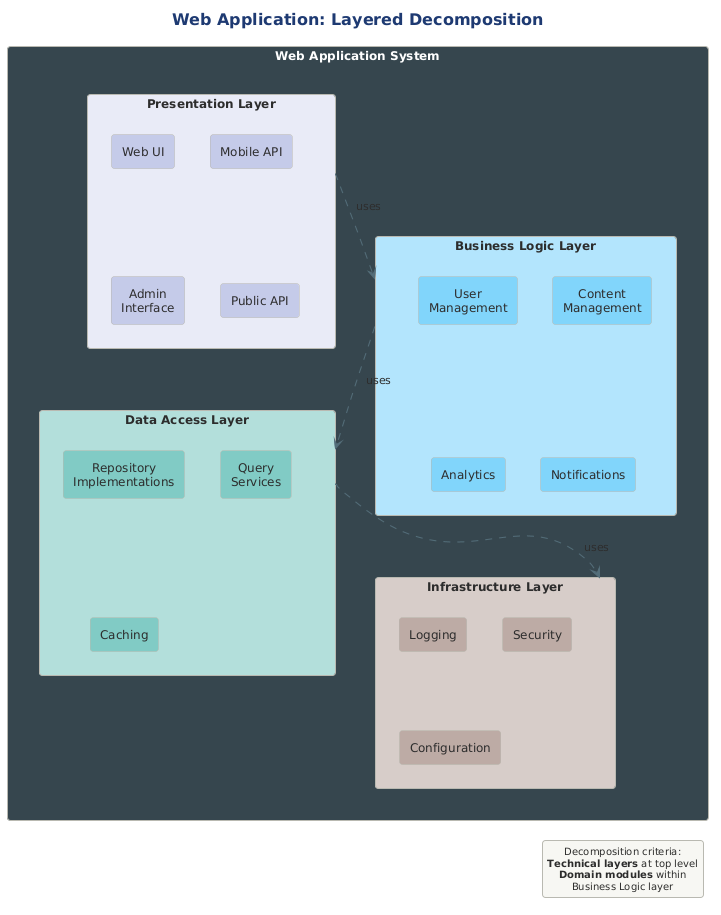
Above: src/architecture/views-and-beyond/style-catalogs/module/decomposition-style/png/07-webapp-example.png in Notoriousjayy/latex-docs (PlantUML), before the change.
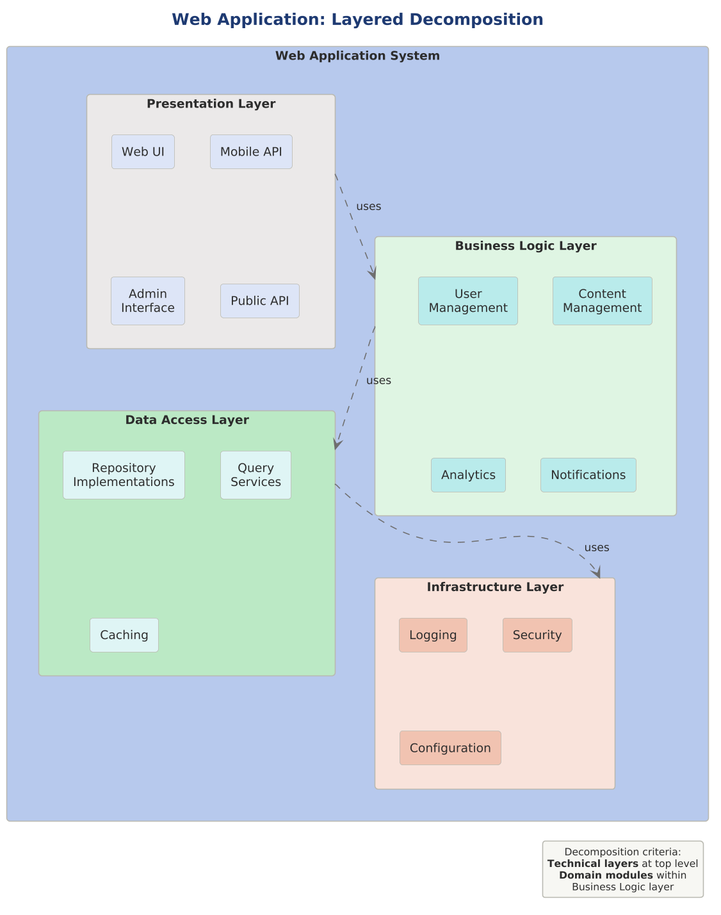
The same diagram one commit later.

Change to the diagram source:
```diff
@@ -1,41 +1,45 @@
 @startuml 07-webapp-example
+
+skinparam dpi 150
+
+
+
 !include ../../../../../../tooling/styles/plantuml/structural/component-diagram-style.iuml
-
 
 title Web Application: Layered Decomposition
 
-rectangle "**Web Application System**" as root #37474F;text:white {
+rectangle "**Web Application System**" as root $deep_primary {
 
-  rectangle "**Presentation Layer**" as pres #E8EAF6 {
-    rectangle "Web UI" as p1 #C5CAE9
-    rectangle "Mobile API" as p2 #C5CAE9
-    rectangle "Admin\nInterface" as p3 #C5CAE9
-    rectangle "Public API" as p4 #C5CAE9
+  rectangle "**Presentation Layer**" as pres $fill_neutral {
+    rectangle "Web UI" as p1 $fill_primary
+    rectangle "Mobile API" as p2 $fill_primary
+    rectangle "Admin\nInterface" as p3 $fill_primary
+    rectangle "Public API" as p4 $fill_primary
   }
 
-  rectangle "**Business Logic Layer**" as biz #B3E5FC {
-    rectangle "User\nManagement" as b1 #81D4FA
-    rectangle "Content\nManagement" as b2 #81D4FA
-    rectangle "Analytics" as b3 #81D4FA
-    rectangle "Notifications" as b4 #81D4FA
+  rectangle "**Business Logic Layer**" as biz $fill_ok {
+    rectangle "User\nManagement" as b1 $deep_dynamic
+    rectangle "Content\nManagement" as b2 $deep_dynamic
+    rectangle "Analytics" as b3 $deep_dynamic
+    rectangle "Notifications" as b4 $deep_dynamic
   }
 
-  rectangle "**Data Access Layer**" as dal #B2DFDB {
-    rectangle "Repository\nImplementations" as d1 #80CBC4
-    rectangle "Query\nServices" as d2 #80CBC4
-    rectangle "Caching" as d3 #80CBC4
+  rectangle "**Data Access Layer**" as dal $deep_ok {
+    rectangle "Repository\nImplementations" as d1 $fill_dynamic
+    rectangle "Query\nServices" as d2 $fill_dynamic
+    rectangle "Caching" as d3 $fill_dynamic
   }
 
-  rectangle "**Infrastructure Layer**" as infra #D7CCC8 {
-    rectangle "Logging" as i1 #BCAAA4
-    rectangle "Security" as i2 #BCAAA4
-    rectangle "Configuration" as i3 #BCAAA4
+  rectangle "**Infrastructure Layer**" as infra $fill_invalid {
+    rectangle "Logging" as i1 $deep_invalid
+    rectangle "Security" as i2 $deep_invalid
+    rectangle "Configuration" as i3 $deep_invalid
   }
 }
 
-pres -[#546E7A,dashed]-> biz : "  uses  "
-biz -[#546E7A,dashed]-> dal : "  uses  "
-dal -[#546E7A,dashed]-> infra : "  uses  "
+pres -[$line_neutral,dashed]-> biz : "  uses  "
+biz -[$line_neutral,dashed]-> dal : "  uses  "
+dal -[$line_neutral,dashed]-> infra : "  uses  "
 
 legend right
   Decomposition criteria:
```
